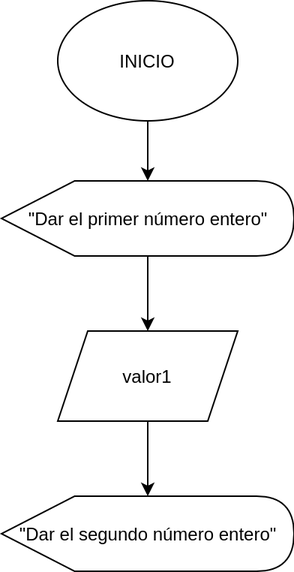
This is web/img/e1_p4.png from jalmx/micro-21, a draw.io export, as it was before one commit. Source tidied: cells renumbered, new cells last; positions are measured from the earlier drawing's top-left corner, leaving out a move shared by most shapes.
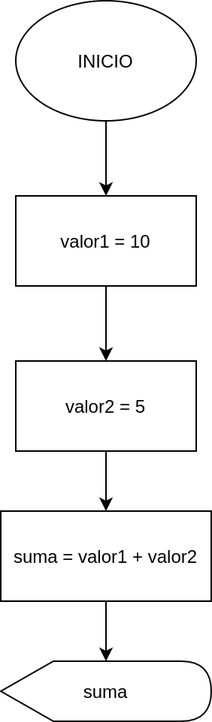
Above is the later version.

What changed in the source:
```diff
@@ -2,26 +2,32 @@
   <root>
     <mxCell id="0" />
     <mxCell id="1" parent="0" />
-    <mxCell id="2" style="edgeStyle=orthogonalEdgeStyle;rounded=0;jettySize=auto;html=1;" parent="1" edge="1" source="3" target="5">
-      <mxGeometry relative="1" as="geometry" />
-    </mxCell>
+    <mxCell id="9" style="edgeStyle=orthogonalEdgeStyle;rounded=0;jettySize=auto;html=1;" parent="1" edge="1" source="3" target="11">
+      <mxGeometry relative="1" as="geometry" />
+    </mxCell>
     <mxCell id="3" value="INICIO" style="ellipse;whiteSpace=wrap;html=1;" parent="1" vertex="1">
       <mxGeometry x="38" width="120" height="80" as="geometry" />
     </mxCell>
-    <mxCell id="4" style="edgeStyle=orthogonalEdgeStyle;rounded=0;jettySize=auto;html=1;" parent="1" edge="1" source="5" target="7">
-      <mxGeometry relative="1" as="geometry" />
-    </mxCell>
-    <mxCell id="5" value="&quot;Dar el primer número entero&quot;" style="shape=display;whiteSpace=wrap;html=1;" parent="1" vertex="1">
-      <mxGeometry x="0.5" y="120" width="195" height="50" as="geometry" />
-    </mxCell>
-    <mxCell id="6" style="edgeStyle=orthogonalEdgeStyle;rounded=0;jettySize=auto;html=1;" parent="1" edge="1" source="7" target="8">
-      <mxGeometry relative="1" as="geometry" />
-    </mxCell>
-    <mxCell id="7" value="valor1" style="shape=parallelogram;perimeter=parallelogramPerimeter;whiteSpace=wrap;html=1;fixedSize=1;" parent="1" vertex="1">
-      <mxGeometry x="38" y="220" width="120" height="60" as="geometry" />
-    </mxCell>
-    <mxCell id="8" value="&quot;Dar el segundo número entero&quot;" style="shape=display;whiteSpace=wrap;html=1;" parent="1" vertex="1">
-      <mxGeometry x="0.5" y="330" width="195" height="50" as="geometry" />
-    </mxCell>
+    <mxCell id="10" style="edgeStyle=orthogonalEdgeStyle;rounded=0;jettySize=auto;html=1;" parent="1" edge="1" source="11" target="13">
+      <mxGeometry relative="1" as="geometry" />
+    </mxCell>
+    <mxCell id="11" value="valor1 = 10" style="whiteSpace=wrap;html=1;" parent="1" vertex="1">
+      <mxGeometry x="38" y="130" width="120" height="60" as="geometry" />
+    </mxCell>
+    <mxCell id="12" style="edgeStyle=orthogonalEdgeStyle;rounded=0;jettySize=auto;html=1;" parent="1" edge="1" source="13" target="15">
+      <mxGeometry relative="1" as="geometry" />
+    </mxCell>
+    <mxCell id="13" value="valor2 = 5" style="whiteSpace=wrap;html=1;" parent="1" vertex="1">
+      <mxGeometry x="38" y="240" width="120" height="60" as="geometry" />
+    </mxCell>
+    <mxCell id="14" style="edgeStyle=orthogonalEdgeStyle;rounded=0;jettySize=auto;html=1;" parent="1" edge="1" source="15" target="16">
+      <mxGeometry relative="1" as="geometry" />
+    </mxCell>
+    <mxCell id="15" value="suma = valor1 + valor2" style="whiteSpace=wrap;html=1;" parent="1" vertex="1">
+      <mxGeometry x="28" y="340" width="140" height="60" as="geometry" />
+    </mxCell>
+    <mxCell id="16" value="suma" style="shape=display;whiteSpace=wrap;html=1;" parent="1" vertex="1">
+      <mxGeometry x="28" y="440" width="140" height="40" as="geometry" />
+    </mxCell>
   </root>
 </mxGraphModel>
```
